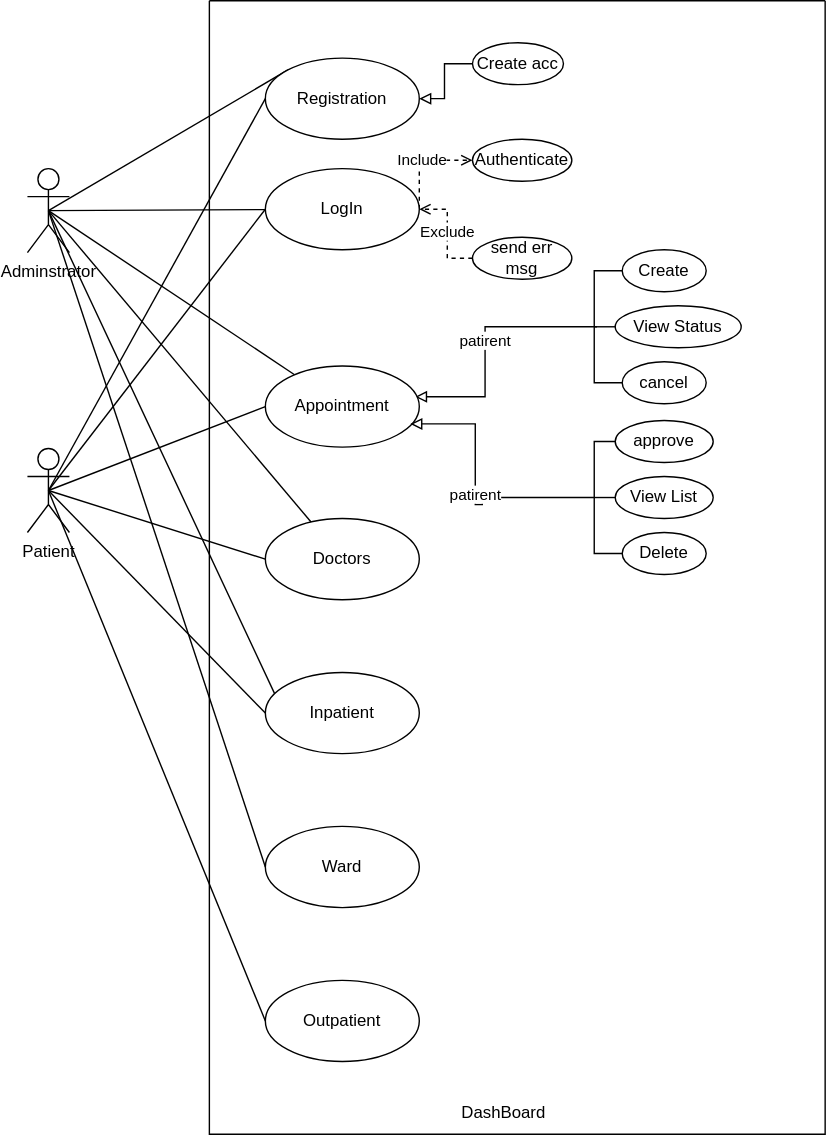
The draw.io diagram UserCase.drawio.svg in SifatulHaq/Web_proj, before a commit. Source tidied: cells renumbered, new cells last; positions are measured from the earlier drawing's top-left corner, leaving out a move shared by most shapes. The source it was exported from:
```xml
<mxGraphModel>
  <root>
    <mxCell id="0" />
    <mxCell id="1" parent="0" />
    <mxCell id="2" style="rounded=0;jettySize=auto;html=1;exitX=0.5;exitY=0.5;exitDx=0;exitDy=0;exitPerimeter=0;entryX=0;entryY=0;entryDx=0;entryDy=0;endArrow=none;endFill=0;" parent="1" edge="1" source="8" target="24">
      <mxGeometry relative="1" as="geometry" />
    </mxCell>
    <mxCell id="3" style="rounded=0;jettySize=auto;html=1;exitX=0.5;exitY=0.5;exitDx=0;exitDy=0;exitPerimeter=0;endArrow=none;endFill=0;" parent="1" edge="1" source="8" target="25">
      <mxGeometry relative="1" as="geometry" />
    </mxCell>
    <mxCell id="4" style="edgeStyle=none;rounded=0;jettySize=auto;html=1;exitX=0.5;exitY=0.5;exitDx=0;exitDy=0;exitPerimeter=0;endArrow=none;endFill=0;" parent="1" edge="1" source="8" target="27">
      <mxGeometry relative="1" as="geometry" />
    </mxCell>
    <mxCell id="5" style="edgeStyle=none;rounded=0;jettySize=auto;html=1;exitX=0.5;exitY=0.5;exitDx=0;exitDy=0;exitPerimeter=0;endArrow=none;endFill=0;" parent="1" edge="1" source="8" target="28">
      <mxGeometry relative="1" as="geometry" />
    </mxCell>
    <mxCell id="6" style="edgeStyle=none;rounded=0;jettySize=auto;html=1;exitX=0.5;exitY=0.5;exitDx=0;exitDy=0;exitPerimeter=0;endArrow=none;endFill=0;entryX=0.067;entryY=0.288;entryDx=0;entryDy=0;entryPerimeter=0;" parent="1" edge="1" source="8" target="29">
      <mxGeometry relative="1" as="geometry" />
    </mxCell>
    <mxCell id="7" style="edgeStyle=none;rounded=0;jettySize=auto;html=1;exitX=0.5;exitY=0.5;exitDx=0;exitDy=0;exitPerimeter=0;endArrow=none;endFill=0;entryX=0;entryY=0.5;entryDx=0;entryDy=0;" parent="1" edge="1" source="8" target="30">
      <mxGeometry relative="1" as="geometry" />
    </mxCell>
    <mxCell id="8" value="Adminstrator" style="shape=umlActor;verticalLabelPosition=bottom;verticalAlign=top;html=1;outlineConnect=0;" parent="1" vertex="1">
      <mxGeometry y="120" width="30" height="60" as="geometry" />
    </mxCell>
    <mxCell id="9" style="rounded=0;jettySize=auto;html=1;entryX=0;entryY=0.5;entryDx=0;entryDy=0;exitX=0.5;exitY=0.5;exitDx=0;exitDy=0;exitPerimeter=0;endArrow=none;endFill=0;" parent="1" edge="1" source="14" target="24">
      <mxGeometry relative="1" as="geometry" />
    </mxCell>
    <mxCell id="10" style="rounded=0;jettySize=auto;html=1;exitX=0.5;exitY=0.5;exitDx=0;exitDy=0;exitPerimeter=0;entryX=0;entryY=0.5;entryDx=0;entryDy=0;endArrow=none;endFill=0;" parent="1" edge="1" source="14" target="25">
      <mxGeometry relative="1" as="geometry" />
    </mxCell>
    <mxCell id="11" style="rounded=0;jettySize=auto;html=1;exitX=0.5;exitY=0.5;exitDx=0;exitDy=0;exitPerimeter=0;entryX=0;entryY=0.5;entryDx=0;entryDy=0;endArrow=none;endFill=0;" parent="1" edge="1" source="14" target="28">
      <mxGeometry relative="1" as="geometry" />
    </mxCell>
    <mxCell id="12" style="edgeStyle=none;rounded=0;jettySize=auto;html=1;exitX=0.5;exitY=0.5;exitDx=0;exitDy=0;exitPerimeter=0;entryX=0;entryY=0.5;entryDx=0;entryDy=0;endArrow=none;endFill=0;" parent="1" edge="1" source="14" target="29">
      <mxGeometry relative="1" as="geometry" />
    </mxCell>
    <mxCell id="13" style="edgeStyle=none;rounded=0;jettySize=auto;html=1;exitX=0.5;exitY=0.5;exitDx=0;exitDy=0;exitPerimeter=0;entryX=0;entryY=0.5;entryDx=0;entryDy=0;endArrow=none;endFill=0;" parent="1" edge="1" source="14" target="31">
      <mxGeometry relative="1" as="geometry" />
    </mxCell>
    <mxCell id="14" value="Patient" style="shape=umlActor;verticalLabelPosition=bottom;verticalAlign=top;html=1;outlineConnect=0;" parent="1" vertex="1">
      <mxGeometry y="320" width="30" height="60" as="geometry" />
    </mxCell>
    <mxCell id="15" style="swimlane;startSize=0;" parent="1" vertex="1">
      <mxGeometry x="130" width="440" height="810" as="geometry" />
    </mxCell>
    <mxCell id="16" value="Create acc" style="ellipse;whiteSpace=wrap;html=1;" parent="15" vertex="1">
      <mxGeometry x="188" y="30" width="65" height="30" as="geometry" />
    </mxCell>
    <mxCell id="17" style="edgeStyle=orthogonalEdgeStyle;rounded=0;jettySize=auto;html=1;exitX=0;exitY=0.5;exitDx=0;exitDy=0;entryX=0;entryY=0.5;entryDx=0;entryDy=0;endArrow=none;endFill=0;" parent="15" edge="1" source="18" target="36">
      <mxGeometry relative="1" as="geometry">
        <Array as="points">
          <mxPoint x="275" y="193" />
          <mxPoint x="275" y="273" />
        </Array>
      </mxGeometry>
    </mxCell>
    <mxCell id="18" value="Create" style="ellipse;whiteSpace=wrap;html=1;" parent="15" vertex="1">
      <mxGeometry x="295" y="178" width="60" height="30" as="geometry" />
    </mxCell>
    <mxCell id="19" value="Authenticate" style="ellipse;whiteSpace=wrap;html=1;" parent="15" vertex="1">
      <mxGeometry x="188" y="99" width="71" height="30" as="geometry" />
    </mxCell>
    <mxCell id="20" value="send err msg" style="ellipse;whiteSpace=wrap;html=1;" parent="15" vertex="1">
      <mxGeometry x="188" y="169" width="71" height="30" as="geometry" />
    </mxCell>
    <mxCell id="21" value="Include" style="edgeStyle=orthogonalEdgeStyle;rounded=0;jettySize=auto;html=1;entryX=0;entryY=0.5;entryDx=0;entryDy=0;exitX=1;exitY=0.5;exitDx=0;exitDy=0;dashed=1;endArrow=open;endFill=0;" parent="15" edge="1" source="25" target="19">
      <mxGeometry relative="1" as="geometry">
        <Array as="points">
          <mxPoint x="150" y="114" />
        </Array>
      </mxGeometry>
    </mxCell>
    <mxCell id="22" value="Exclude" style="edgeStyle=orthogonalEdgeStyle;rounded=0;jettySize=auto;html=1;exitX=0;exitY=0.5;exitDx=0;exitDy=0;entryX=1;entryY=0.5;entryDx=0;entryDy=0;dashed=1;endArrow=open;endFill=0;" parent="15" edge="1" source="20" target="25">
      <mxGeometry relative="1" as="geometry">
        <Array as="points">
          <mxPoint x="170" y="184" />
          <mxPoint x="170" y="149" />
        </Array>
      </mxGeometry>
    </mxCell>
    <mxCell id="23" style="edgeStyle=orthogonalEdgeStyle;rounded=0;jettySize=auto;html=1;entryX=1;entryY=0.5;entryDx=0;entryDy=0;endArrow=block;endFill=0;" parent="15" edge="1" source="16" target="24">
      <mxGeometry relative="1" as="geometry" />
    </mxCell>
    <mxCell id="24" value="Registration" style="ellipse;whiteSpace=wrap;html=1;" parent="15" vertex="1">
      <mxGeometry x="40" y="41" width="110" height="58" as="geometry" />
    </mxCell>
    <mxCell id="25" value="LogIn" style="ellipse;whiteSpace=wrap;html=1;" parent="15" vertex="1">
      <mxGeometry x="40" y="120" width="110" height="58" as="geometry" />
    </mxCell>
    <mxCell id="26" value="patirent" style="edgeStyle=orthogonalEdgeStyle;rounded=0;orthogonalLoop=1;jettySize=auto;html=1;exitX=1;exitY=0.5;exitDx=0;exitDy=0;endArrow=none;endFill=0;startArrow=block;startFill=0;" parent="15" edge="1">
      <mxGeometry relative="1" as="geometry">
        <mxPoint x="147" y="283" as="sourcePoint" />
        <mxPoint x="277" y="233" as="targetPoint" />
        <Array as="points">
          <mxPoint x="197" y="283" />
          <mxPoint x="197" y="233" />
        </Array>
      </mxGeometry>
    </mxCell>
    <mxCell id="27" value="Appointment" style="ellipse;whiteSpace=wrap;html=1;" parent="15" vertex="1">
      <mxGeometry x="40" y="261" width="110" height="58" as="geometry" />
    </mxCell>
    <mxCell id="28" value="Doctors" style="ellipse;whiteSpace=wrap;html=1;" parent="15" vertex="1">
      <mxGeometry x="40" y="370" width="110" height="58" as="geometry" />
    </mxCell>
    <mxCell id="29" value="Inpatient" style="ellipse;whiteSpace=wrap;html=1;" parent="15" vertex="1">
      <mxGeometry x="40" y="480" width="110" height="58" as="geometry" />
    </mxCell>
    <mxCell id="30" value="Ward" style="ellipse;whiteSpace=wrap;html=1;" parent="15" vertex="1">
      <mxGeometry x="40" y="590" width="110" height="58" as="geometry" />
    </mxCell>
    <mxCell id="31" value="Outpatient" style="ellipse;whiteSpace=wrap;html=1;" parent="15" vertex="1">
      <mxGeometry x="40" y="700" width="110" height="58" as="geometry" />
    </mxCell>
    <mxCell id="32" value="DashBoard" style="text;html=1;align=center;verticalAlign=middle;strokeColor=none;fillColor=none;" parent="15" vertex="1">
      <mxGeometry x="170" y="780" width="80" height="30" as="geometry" />
    </mxCell>
    <mxCell id="33" style="edgeStyle=orthogonalEdgeStyle;rounded=0;orthogonalLoop=1;jettySize=auto;html=1;exitX=0;exitY=0.5;exitDx=0;exitDy=0;startArrow=none;startFill=0;endArrow=none;endFill=0;entryX=0;entryY=0.5;entryDx=0;entryDy=0;" parent="15" edge="1" source="35" target="35">
      <mxGeometry relative="1" as="geometry" />
    </mxCell>
    <mxCell id="34" style="edgeStyle=orthogonalEdgeStyle;rounded=0;orthogonalLoop=1;jettySize=auto;html=1;exitX=0;exitY=0.5;exitDx=0;exitDy=0;endArrow=none;endFill=0;" parent="15" edge="1">
      <mxGeometry relative="1" as="geometry">
        <mxPoint x="295" y="233" as="sourcePoint" />
        <mxPoint x="275" y="233" as="targetPoint" />
      </mxGeometry>
    </mxCell>
    <mxCell id="35" value="View Status" style="ellipse;whiteSpace=wrap;html=1;" parent="15" vertex="1">
      <mxGeometry x="290" y="218" width="90" height="30" as="geometry" />
    </mxCell>
    <mxCell id="36" value="cancel" style="ellipse;whiteSpace=wrap;html=1;" parent="15" vertex="1">
      <mxGeometry x="295" y="258" width="60" height="30" as="geometry" />
    </mxCell>
    <mxCell id="37" value="approve" style="ellipse;whiteSpace=wrap;html=1;" parent="15" vertex="1">
      <mxGeometry x="290" y="300" width="70" height="30" as="geometry" />
    </mxCell>
    <mxCell id="38" style="edgeStyle=orthogonalEdgeStyle;rounded=0;orthogonalLoop=1;jettySize=auto;html=1;exitX=0;exitY=0.5;exitDx=0;exitDy=0;startArrow=none;startFill=0;endArrow=none;endFill=0;entryX=0;entryY=0.5;entryDx=0;entryDy=0;" parent="15" edge="1" source="40" target="40">
      <mxGeometry relative="1" as="geometry" />
    </mxCell>
    <mxCell id="39" style="edgeStyle=orthogonalEdgeStyle;rounded=0;orthogonalLoop=1;jettySize=auto;html=1;exitX=0;exitY=0.5;exitDx=0;exitDy=0;endArrow=none;endFill=0;" parent="15" edge="1">
      <mxGeometry relative="1" as="geometry">
        <mxPoint x="295" y="355" as="sourcePoint" />
        <mxPoint x="275" y="355" as="targetPoint" />
      </mxGeometry>
    </mxCell>
    <mxCell id="40" value="View List" style="ellipse;whiteSpace=wrap;html=1;" parent="15" vertex="1">
      <mxGeometry x="290" y="340" width="70" height="30" as="geometry" />
    </mxCell>
    <mxCell id="41" value="Delete" style="ellipse;whiteSpace=wrap;html=1;" parent="15" vertex="1">
      <mxGeometry x="295" y="380" width="60" height="30" as="geometry" />
    </mxCell>
    <mxCell id="42" style="edgeStyle=orthogonalEdgeStyle;rounded=0;jettySize=auto;html=1;exitX=0;exitY=0.5;exitDx=0;exitDy=0;entryX=0;entryY=0.5;entryDx=0;entryDy=0;endArrow=none;endFill=0;" parent="15" edge="1" source="37" target="41">
      <mxGeometry relative="1" as="geometry">
        <Array as="points">
          <mxPoint x="275" y="315" />
          <mxPoint x="275" y="395" />
        </Array>
      </mxGeometry>
    </mxCell>
    <mxCell id="43" value="patirent" style="edgeStyle=orthogonalEdgeStyle;rounded=0;jettySize=auto;html=1;endArrow=none;endFill=0;startArrow=block;startFill=0;exitX=0.942;exitY=0.714;exitDx=0;exitDy=0;exitPerimeter=0;" parent="15" edge="1" source="27">
      <mxGeometry relative="1" as="geometry">
        <mxPoint x="275" y="355" as="targetPoint" />
        <Array as="points">
          <mxPoint x="190" y="302" />
          <mxPoint x="190" y="360" />
          <mxPoint x="195" y="360" />
          <mxPoint x="195" y="355" />
        </Array>
      </mxGeometry>
    </mxCell>
    <mxCell id="44" style="edgeStyle=orthogonalEdgeStyle;rounded=0;orthogonalLoop=1;jettySize=auto;html=1;exitX=0.5;exitY=1;exitDx=0;exitDy=0;" parent="15" edge="1" source="41" target="41">
      <mxGeometry relative="1" as="geometry" />
    </mxCell>
    <mxCell id="45" style="rounded=0;jettySize=auto;html=1;exitX=0;exitY=0.5;exitDx=0;exitDy=0;endArrow=none;endFill=0;entryX=0.5;entryY=0.5;entryDx=0;entryDy=0;entryPerimeter=0;" parent="1" edge="1" source="27" target="14">
      <mxGeometry relative="1" as="geometry" />
    </mxCell>
  </root>
</mxGraphModel>
```
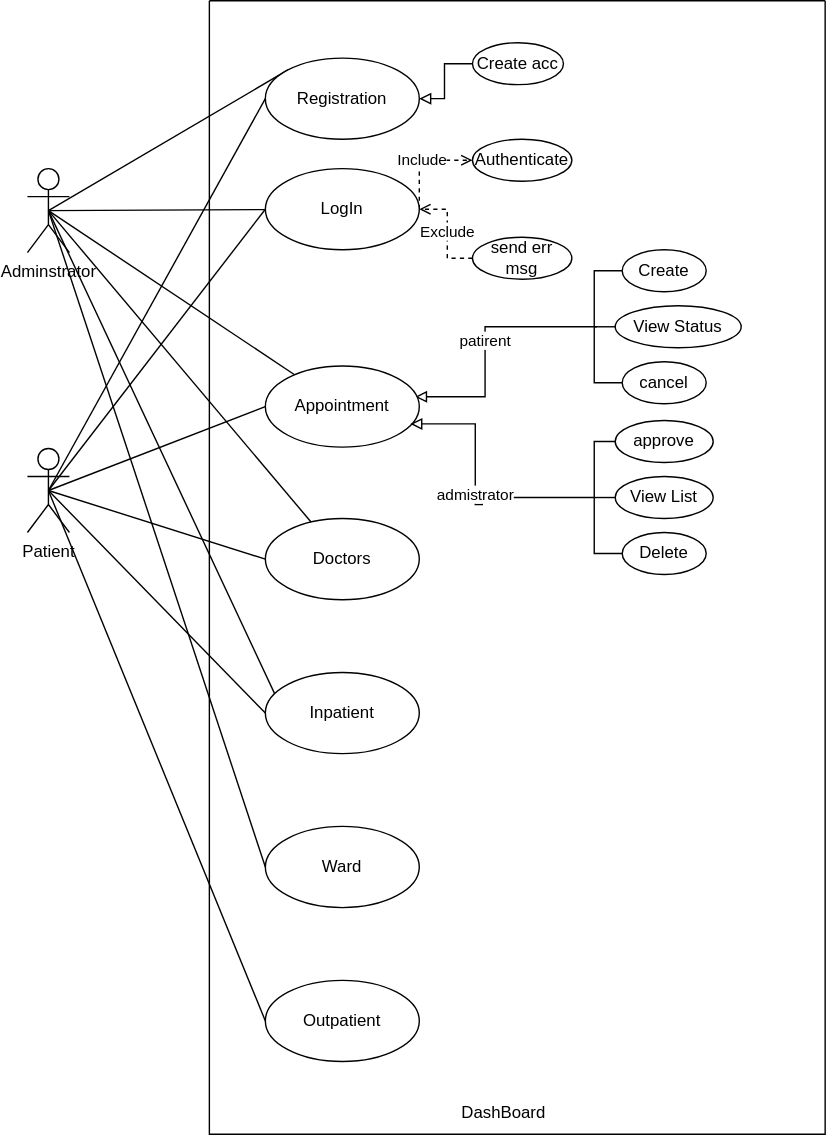
The same file after the commit.

Diff of the diagram source:
```diff
@@ -157,7 +157,7 @@
         </Array>
       </mxGeometry>
     </mxCell>
-    <mxCell id="43" value="patirent" style="edgeStyle=orthogonalEdgeStyle;rounded=0;jettySize=auto;html=1;endArrow=none;endFill=0;startArrow=block;startFill=0;exitX=0.942;exitY=0.714;exitDx=0;exitDy=0;exitPerimeter=0;" parent="15" edge="1" source="27">
+    <mxCell id="43" value="admistrator" style="edgeStyle=orthogonalEdgeStyle;rounded=0;jettySize=auto;html=1;endArrow=none;endFill=0;startArrow=block;startFill=0;exitX=0.942;exitY=0.714;exitDx=0;exitDy=0;exitPerimeter=0;" parent="15" edge="1" source="27">
       <mxGeometry relative="1" as="geometry">
         <mxPoint x="275" y="355" as="targetPoint" />
         <Array as="points">
```
